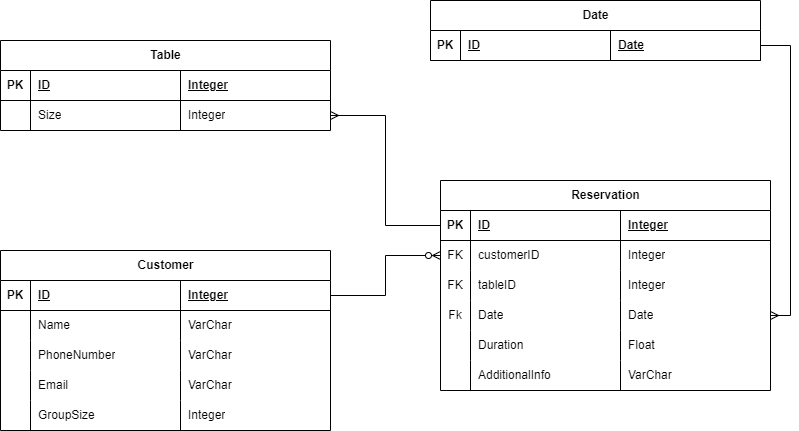
Above: RestaurantCore.drawio.png in boolean-uk/java-data-modelling (draw.io), before the change. Source tidied: cells renumbered, new cells last; positions are measured from the earlier drawing's top-left corner, leaving out a move shared by most shapes.
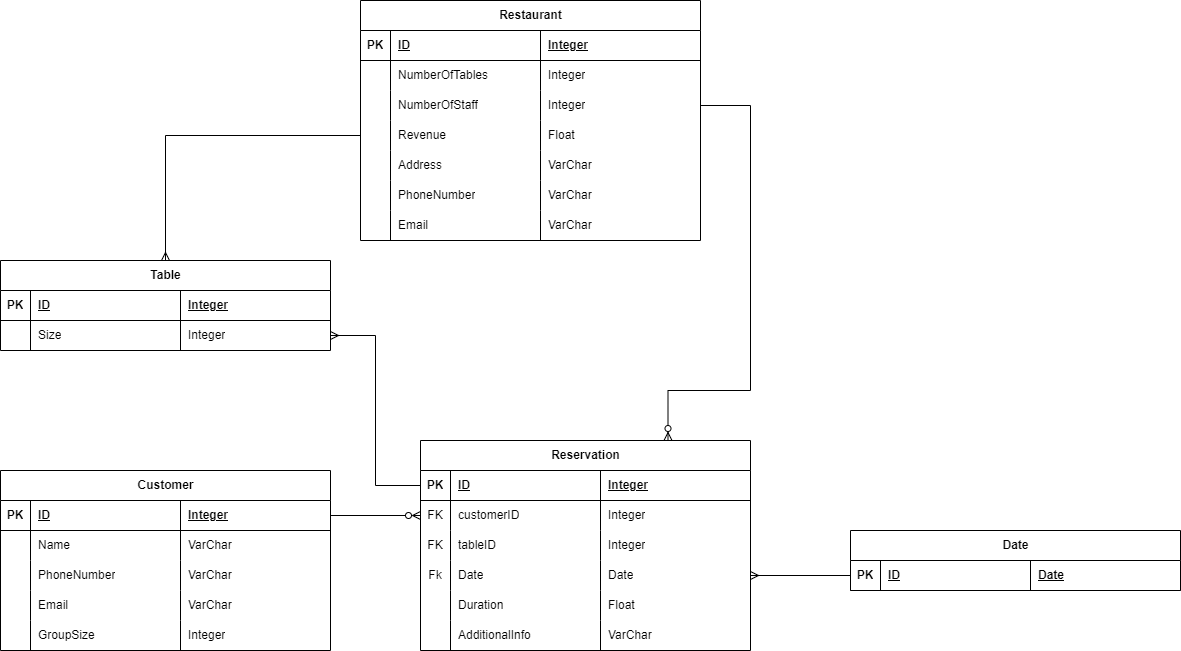
Later version of the same file.

The edit, as a diff of the source:
```diff
@@ -93,7 +93,7 @@
       <mxGeometry x="180" width="150" height="30" as="geometry" />
     </mxCell>
     <mxCell id="32" value="Date" style="shape=table;startSize=30;rowLines=0;fontStyle=1;align=center;html=1;" parent="1" vertex="1">
-      <mxGeometry x="430" width="330" height="60" as="geometry" />
+      <mxGeometry x="850" y="310" width="330" height="60" as="geometry" />
     </mxCell>
     <mxCell id="33" style="shape=tableRow;horizontal=0;startSize=0;swimlaneHead=0;swimlaneBody=0;fillColor=none;points=[[0,0.5],[1,0.5]];portConstraint=eastwest;top=0;left=0;right=0;bottom=1;" parent="32" vertex="1">
       <mxGeometry y="30" width="330" height="30" as="geometry" />
@@ -108,7 +108,7 @@
       <mxGeometry x="180" width="150" height="30" as="geometry" />
     </mxCell>
     <mxCell id="37" value="Reservation" style="shape=table;startSize=30;rowLines=0;fontStyle=1;align=center;html=1;" parent="1" vertex="1">
-      <mxGeometry x="440" y="180" width="330" height="210" as="geometry" />
+      <mxGeometry x="420" y="220" width="330" height="210" as="geometry" />
     </mxCell>
     <mxCell id="38" style="shape=tableRow;horizontal=0;startSize=0;swimlaneHead=0;swimlaneBody=0;fillColor=none;points=[[0,0.5],[1,0.5]];portConstraint=eastwest;top=0;left=0;right=0;bottom=1;" parent="37" vertex="1">
       <mxGeometry y="30" width="330" height="30" as="geometry" />
@@ -188,8 +188,107 @@
     <mxCell id="63" style="edgeStyle=orthogonalEdgeStyle;rounded=0;jettySize=auto;html=1;exitX=0;exitY=0.5;exitDx=0;exitDy=0;entryX=1;entryY=0.5;entryDx=0;entryDy=0;endArrow=ERmany;endFill=0;" parent="1" edge="1" source="38" target="7">
       <mxGeometry relative="1" as="geometry" />
     </mxCell>
-    <mxCell id="64" style="edgeStyle=orthogonalEdgeStyle;rounded=0;jettySize=auto;html=1;exitX=1;exitY=0.5;exitDx=0;exitDy=0;entryX=1;entryY=0.5;entryDx=0;entryDy=0;endArrow=ERmany;endFill=0;" parent="1" edge="1" source="33" target="50">
+    <mxCell id="64" style="edgeStyle=orthogonalEdgeStyle;rounded=0;jettySize=auto;html=1;entryX=1;entryY=0.5;entryDx=0;entryDy=0;endArrow=ERmany;endFill=0;" parent="1" edge="1" source="33" target="50">
       <mxGeometry relative="1" as="geometry" />
     </mxCell>
+    <mxCell id="65" value="Restaurant" style="shape=table;startSize=30;rowLines=0;fontStyle=1;align=center;html=1;" parent="1" vertex="1">
+      <mxGeometry x="360" y="-220" width="340" height="240" as="geometry" />
+    </mxCell>
+    <mxCell id="66" style="shape=tableRow;horizontal=0;startSize=0;swimlaneHead=0;swimlaneBody=0;fillColor=none;top=0;left=0;right=0;bottom=1;" parent="65" vertex="1">
+      <mxGeometry y="30" width="340" height="30" as="geometry" />
+    </mxCell>
+    <mxCell id="67" value="PK" style="shape=partialRectangle;fillColor=none;top=0;left=0;bottom=0;right=0;fontStyle=1;overflow=hidden;whiteSpace=wrap;html=1;" parent="66" vertex="1">
+      <mxGeometry width="30" height="30" as="geometry" />
+    </mxCell>
+    <mxCell id="68" value="ID" style="shape=partialRectangle;fillColor=none;top=0;left=0;bottom=0;right=0;align=left;spacingLeft=6;fontStyle=5;overflow=hidden;whiteSpace=wrap;html=1;" parent="66" vertex="1">
+      <mxGeometry x="30" width="150" height="30" as="geometry" />
+    </mxCell>
+    <mxCell id="69" value="Integer" style="shape=partialRectangle;fillColor=none;top=0;left=0;bottom=0;right=0;align=left;spacingLeft=6;fontStyle=5;overflow=hidden;whiteSpace=wrap;html=1;" parent="66" vertex="1">
+      <mxGeometry x="180" width="160" height="30" as="geometry" />
+    </mxCell>
+    <mxCell id="70" style="shape=tableRow;horizontal=0;startSize=0;swimlaneHead=0;swimlaneBody=0;fillColor=none;top=0;left=0;right=0;bottom=0;" parent="65" vertex="1">
+      <mxGeometry y="60" width="340" height="30" as="geometry" />
+    </mxCell>
+    <mxCell id="71" style="shape=partialRectangle;fillColor=none;top=0;left=0;bottom=0;right=0;overflow=hidden;whiteSpace=wrap;html=1;" parent="70" vertex="1">
+      <mxGeometry width="30" height="30" as="geometry" />
+    </mxCell>
+    <mxCell id="72" value="NumberOfTables" style="shape=partialRectangle;fillColor=none;top=0;left=0;bottom=0;right=0;align=left;spacingLeft=6;overflow=hidden;whiteSpace=wrap;html=1;" parent="70" vertex="1">
+      <mxGeometry x="30" width="150" height="30" as="geometry" />
+    </mxCell>
+    <mxCell id="73" value="Integer" style="shape=partialRectangle;fillColor=none;top=0;left=0;bottom=0;right=0;align=left;spacingLeft=6;overflow=hidden;whiteSpace=wrap;html=1;" parent="70" vertex="1">
+      <mxGeometry x="180" width="160" height="30" as="geometry" />
+    </mxCell>
+    <mxCell id="74" style="shape=tableRow;horizontal=0;startSize=0;swimlaneHead=0;swimlaneBody=0;fillColor=none;points=[[0,0.5],[1,0.5]];portConstraint=eastwest;top=0;left=0;right=0;bottom=0;" parent="65" vertex="1">
+      <mxGeometry y="90" width="340" height="30" as="geometry" />
+    </mxCell>
+    <mxCell id="75" style="shape=partialRectangle;fillColor=none;top=0;left=0;bottom=0;right=0;overflow=hidden;whiteSpace=wrap;html=1;" parent="74" vertex="1">
+      <mxGeometry width="30" height="30" as="geometry" />
+    </mxCell>
+    <mxCell id="76" value="NumberOfStaff" style="shape=partialRectangle;fillColor=none;top=0;left=0;bottom=0;right=0;align=left;spacingLeft=6;overflow=hidden;whiteSpace=wrap;html=1;" parent="74" vertex="1">
+      <mxGeometry x="30" width="150" height="30" as="geometry" />
+    </mxCell>
+    <mxCell id="77" value="Integer" style="shape=partialRectangle;fillColor=none;top=0;left=0;bottom=0;right=0;align=left;spacingLeft=6;overflow=hidden;whiteSpace=wrap;html=1;" parent="74" vertex="1">
+      <mxGeometry x="180" width="160" height="30" as="geometry" />
+    </mxCell>
+    <mxCell id="78" style="shape=tableRow;horizontal=0;startSize=0;swimlaneHead=0;swimlaneBody=0;fillColor=none;points=[[0,0.5],[1,0.5]];portConstraint=eastwest;top=0;left=0;right=0;bottom=0;" parent="65" vertex="1">
+      <mxGeometry y="120" width="340" height="30" as="geometry" />
+    </mxCell>
+    <mxCell id="79" style="shape=partialRectangle;fillColor=none;top=0;left=0;bottom=0;right=0;overflow=hidden;whiteSpace=wrap;html=1;" parent="78" vertex="1">
+      <mxGeometry width="30" height="30" as="geometry" />
+    </mxCell>
+    <mxCell id="80" value="Revenue" style="shape=partialRectangle;fillColor=none;top=0;left=0;bottom=0;right=0;align=left;spacingLeft=6;overflow=hidden;whiteSpace=wrap;html=1;" parent="78" vertex="1">
+      <mxGeometry x="30" width="150" height="30" as="geometry" />
+    </mxCell>
+    <mxCell id="81" value="Float" style="shape=partialRectangle;fillColor=none;top=0;left=0;bottom=0;right=0;align=left;spacingLeft=6;overflow=hidden;whiteSpace=wrap;html=1;" parent="78" vertex="1">
+      <mxGeometry x="180" width="160" height="30" as="geometry" />
+    </mxCell>
+    <mxCell id="82" style="shape=tableRow;horizontal=0;startSize=0;swimlaneHead=0;swimlaneBody=0;fillColor=none;top=0;left=0;right=0;bottom=0;" parent="65" vertex="1">
+      <mxGeometry y="150" width="340" height="30" as="geometry" />
+    </mxCell>
+    <mxCell id="83" style="shape=partialRectangle;fillColor=none;top=0;left=0;bottom=0;right=0;overflow=hidden;whiteSpace=wrap;html=1;" parent="82" vertex="1">
+      <mxGeometry width="30" height="30" as="geometry" />
+    </mxCell>
+    <mxCell id="84" value="Address" style="shape=partialRectangle;fillColor=none;top=0;left=0;bottom=0;right=0;align=left;spacingLeft=6;overflow=hidden;whiteSpace=wrap;html=1;" parent="82" vertex="1">
+      <mxGeometry x="30" width="150" height="30" as="geometry" />
+    </mxCell>
+    <mxCell id="85" value="VarChar" style="shape=partialRectangle;fillColor=none;top=0;left=0;bottom=0;right=0;align=left;spacingLeft=6;overflow=hidden;whiteSpace=wrap;html=1;" parent="82" vertex="1">
+      <mxGeometry x="180" width="160" height="30" as="geometry" />
+    </mxCell>
+    <mxCell id="86" style="shape=tableRow;horizontal=0;startSize=0;swimlaneHead=0;swimlaneBody=0;fillColor=none;top=0;left=0;right=0;bottom=0;" parent="65" vertex="1">
+      <mxGeometry y="180" width="340" height="30" as="geometry" />
+    </mxCell>
+    <mxCell id="87" style="shape=partialRectangle;fillColor=none;top=0;left=0;bottom=0;right=0;overflow=hidden;whiteSpace=wrap;html=1;" parent="86" vertex="1">
+      <mxGeometry width="30" height="30" as="geometry" />
+    </mxCell>
+    <mxCell id="88" value="PhoneNumber" style="shape=partialRectangle;fillColor=none;top=0;left=0;bottom=0;right=0;align=left;spacingLeft=6;overflow=hidden;whiteSpace=wrap;html=1;" parent="86" vertex="1">
+      <mxGeometry x="30" width="150" height="30" as="geometry" />
+    </mxCell>
+    <mxCell id="89" value="VarChar" style="shape=partialRectangle;fillColor=none;top=0;left=0;bottom=0;right=0;align=left;spacingLeft=6;overflow=hidden;whiteSpace=wrap;html=1;" parent="86" vertex="1">
+      <mxGeometry x="180" width="160" height="30" as="geometry" />
+    </mxCell>
+    <mxCell id="90" style="shape=tableRow;horizontal=0;startSize=0;swimlaneHead=0;swimlaneBody=0;fillColor=none;top=0;left=0;right=0;bottom=0;" parent="65" vertex="1">
+      <mxGeometry y="210" width="340" height="30" as="geometry" />
+    </mxCell>
+    <mxCell id="91" style="shape=partialRectangle;fillColor=none;top=0;left=0;bottom=0;right=0;overflow=hidden;whiteSpace=wrap;html=1;" parent="90" vertex="1">
+      <mxGeometry width="30" height="30" as="geometry" />
+    </mxCell>
+    <mxCell id="92" value="Email" style="shape=partialRectangle;fillColor=none;top=0;left=0;bottom=0;right=0;align=left;spacingLeft=6;overflow=hidden;whiteSpace=wrap;html=1;" parent="90" vertex="1">
+      <mxGeometry x="30" width="150" height="30" as="geometry" />
+    </mxCell>
+    <mxCell id="93" value="VarChar" style="shape=partialRectangle;fillColor=none;top=0;left=0;bottom=0;right=0;align=left;spacingLeft=6;overflow=hidden;whiteSpace=wrap;html=1;" parent="90" vertex="1">
+      <mxGeometry x="180" width="160" height="30" as="geometry" />
+    </mxCell>
+    <mxCell id="94" style="edgeStyle=orthogonalEdgeStyle;rounded=0;jettySize=auto;html=1;exitX=0;exitY=0.5;exitDx=0;exitDy=0;entryX=0.5;entryY=0;entryDx=0;entryDy=0;endArrow=ERmany;endFill=0;" parent="1" edge="1" source="78" target="2">
+      <mxGeometry relative="1" as="geometry" />
+    </mxCell>
+    <mxCell id="95" style="edgeStyle=orthogonalEdgeStyle;rounded=0;jettySize=auto;html=1;exitX=0.75;exitY=0;exitDx=0;exitDy=0;endArrow=none;endFill=0;startArrow=ERzeroToMany;startFill=0;entryX=1;entryY=0.5;entryDx=0;entryDy=0;" parent="1" edge="1" source="37" target="74">
+      <mxGeometry relative="1" as="geometry">
+        <Array as="points">
+          <mxPoint x="668" y="170" />
+          <mxPoint x="750" y="170" />
+          <mxPoint x="750" y="-115" />
+        </Array>
+      </mxGeometry>
+    </mxCell>
   </root>
 </mxGraphModel>
```
